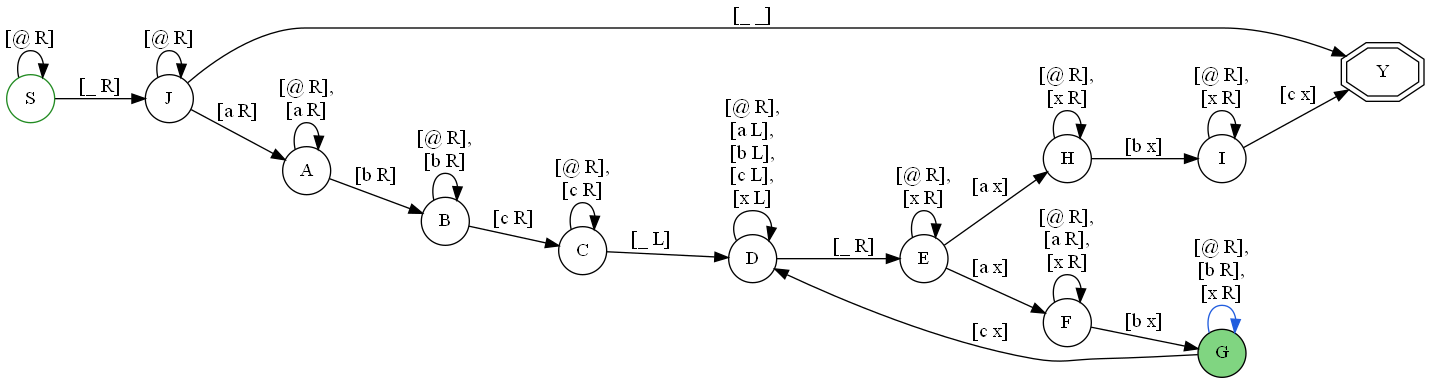
Before: Chapter 14 Turing Machines/vizTool.png, a diagram exported from Graphviz (morazanm/ATFL4CS-CODE). Its source is kept beside it as Chapter 14 Turing Machines/vizTool.dot. The source it was exported from:
```dot
digraph G {
    rankdir="LR";
    Y [color="black", shape="doubleoctagon", label="Y"];
    J [color="black", shape="circle", label="J"];
    I [color="black", shape="circle", label="I"];
    H [color="black", shape="circle", label="H"];
    G [color="black", shape="circle", style="filled", label="G", fillcolor="#00ab037F"];
    F [color="black", shape="circle", label="F"];
    E [color="black", shape="circle", label="E"];
    D [color="black", shape="circle", label="D"];
    C [color="black", shape="circle", label="C"];
    B [color="black", shape="circle", label="B"];
    A [color="black", shape="circle", label="A"];
    S [color="forestgreen", shape="circle", label="S"];
    S -> S [fontsize=15, label="[@ R]"];
    J -> J [fontsize=15, label="[@ R]"];
    S -> J [fontsize=15, label="[_ R]"];
    J -> Y [fontsize=15, label="[_ _]"];
    J -> A [fontsize=15, label="[a R]"];
    A -> A [fontsize=15, label="[@ R],\n[a R]"];
    A -> B [fontsize=15, label="[b R]"];
    B -> B [fontsize=15, label="[@ R],\n[b R]"];
    B -> C [fontsize=15, label="[c R]"];
    C -> C [fontsize=15, label="[@ R],\n[c R]"];
    C -> D [fontsize=15, label="[_ L]"];
    D -> D [fontsize=15, label="[@ R],\n[a L],\n[b L],\n[c L],\n[x L]"];
    D -> E [fontsize=15, label="[_ R]"];
    E -> E [fontsize=15, label="[@ R],\n[x R]"];
    E -> F [fontsize=15, label="[a x]"];
    E -> H [fontsize=15, label="[a x]"];
    F -> G [fontsize=15, label="[b x]"];
    F -> F [fontsize=15, label="[@ R],\n[a R],\n[x R]"];
    G -> G [fontsize=15, color="#215dde", label="[@ R],\n[b R],\n[x R]"];
    G -> D [fontsize=15, label="[c x]"];
    H -> H [fontsize=15, label="[@ R],\n[x R]"];
    H -> I [fontsize=15, label="[b x]"];
    I -> I [fontsize=15, label="[@ R],\n[x R]"];
    I -> Y [fontsize=15, label="[c x]"];
}
```
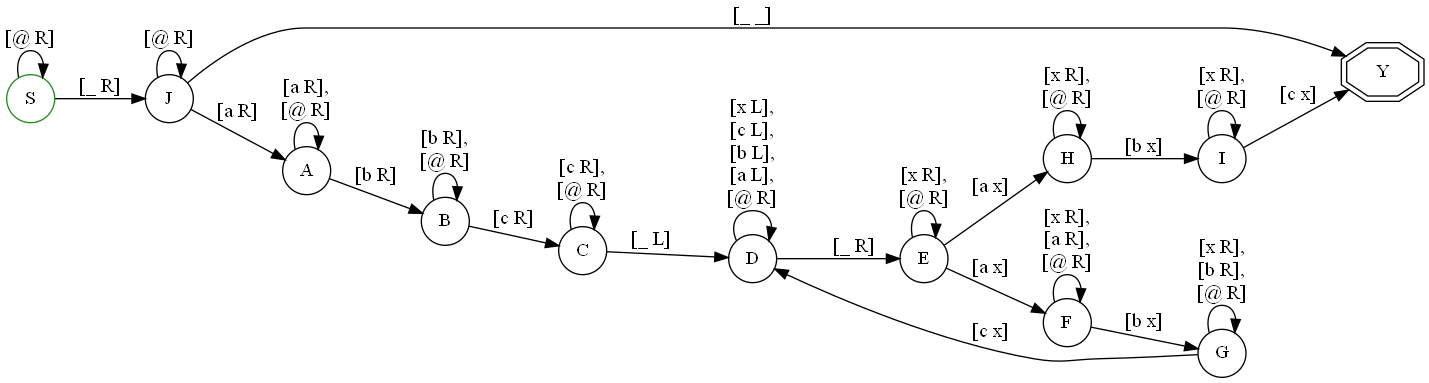
After the commit.

Change to the diagram source:
```diff
@@ -4,7 +4,7 @@
     J [color="black", shape="circle", label="J"];
     I [color="black", shape="circle", label="I"];
     H [color="black", shape="circle", label="H"];
-    G [color="black", shape="circle", style="filled", label="G", fillcolor="#00ab037F"];
+    G [color="black", shape="circle", label="G"];
     F [color="black", shape="circle", label="F"];
     E [color="black", shape="circle", label="E"];
     D [color="black", shape="circle", label="D"];
@@ -12,28 +12,28 @@
     B [color="black", shape="circle", label="B"];
     A [color="black", shape="circle", label="A"];
     S [color="forestgreen", shape="circle", label="S"];
+    I -> Y [fontsize=15, label="[c x]"];
+    H -> I [fontsize=15, label="[b x]"];
+    G -> D [fontsize=15, label="[c x]"];
+    F -> G [fontsize=15, label="[b x]"];
+    E -> H [fontsize=15, label="[a x]"];
+    E -> F [fontsize=15, label="[a x]"];
+    D -> E [fontsize=15, label="[_ R]"];
+    C -> D [fontsize=15, label="[_ L]"];
+    B -> C [fontsize=15, label="[c R]"];
+    A -> B [fontsize=15, label="[b R]"];
+    J -> A [fontsize=15, label="[a R]"];
+    J -> Y [fontsize=15, label="[_ _]"];
+    S -> J [fontsize=15, label="[_ R]"];
+    J -> J [fontsize=15, label="[@ R]"];
+    I -> I [fontsize=15, label="[x R],\n[@ R]"];
+    H -> H [fontsize=15, label="[x R],\n[@ R]"];
+    G -> G [fontsize=15, label="[x R],\n[b R],\n[@ R]"];
+    F -> F [fontsize=15, label="[x R],\n[a R],\n[@ R]"];
+    E -> E [fontsize=15, label="[x R],\n[@ R]"];
+    D -> D [fontsize=15, label="[x L],\n[c L],\n[b L],\n[a L],\n[@ R]"];
+    C -> C [fontsize=15, label="[c R],\n[@ R]"];
+    B -> B [fontsize=15, label="[b R],\n[@ R]"];
+    A -> A [fontsize=15, label="[a R],\n[@ R]"];
     S -> S [fontsize=15, label="[@ R]"];
-    J -> J [fontsize=15, label="[@ R]"];
-    S -> J [fontsize=15, label="[_ R]"];
-    J -> Y [fontsize=15, label="[_ _]"];
-    J -> A [fontsize=15, label="[a R]"];
-    A -> A [fontsize=15, label="[@ R],\n[a R]"];
-    A -> B [fontsize=15, label="[b R]"];
-    B -> B [fontsize=15, label="[@ R],\n[b R]"];
-    B -> C [fontsize=15, label="[c R]"];
-    C -> C [fontsize=15, label="[@ R],\n[c R]"];
-    C -> D [fontsize=15, label="[_ L]"];
-    D -> D [fontsize=15, label="[@ R],\n[a L],\n[b L],\n[c L],\n[x L]"];
-    D -> E [fontsize=15, label="[_ R]"];
-    E -> E [fontsize=15, label="[@ R],\n[x R]"];
-    E -> F [fontsize=15, label="[a x]"];
-    E -> H [fontsize=15, label="[a x]"];
-    F -> G [fontsize=15, label="[b x]"];
-    F -> F [fontsize=15, label="[@ R],\n[a R],\n[x R]"];
-    G -> G [fontsize=15, color="#215dde", label="[@ R],\n[b R],\n[x R]"];
-    G -> D [fontsize=15, label="[c x]"];
-    H -> H [fontsize=15, label="[@ R],\n[x R]"];
-    H -> I [fontsize=15, label="[b x]"];
-    I -> I [fontsize=15, label="[@ R],\n[x R]"];
-    I -> Y [fontsize=15, label="[c x]"];
 }
```
